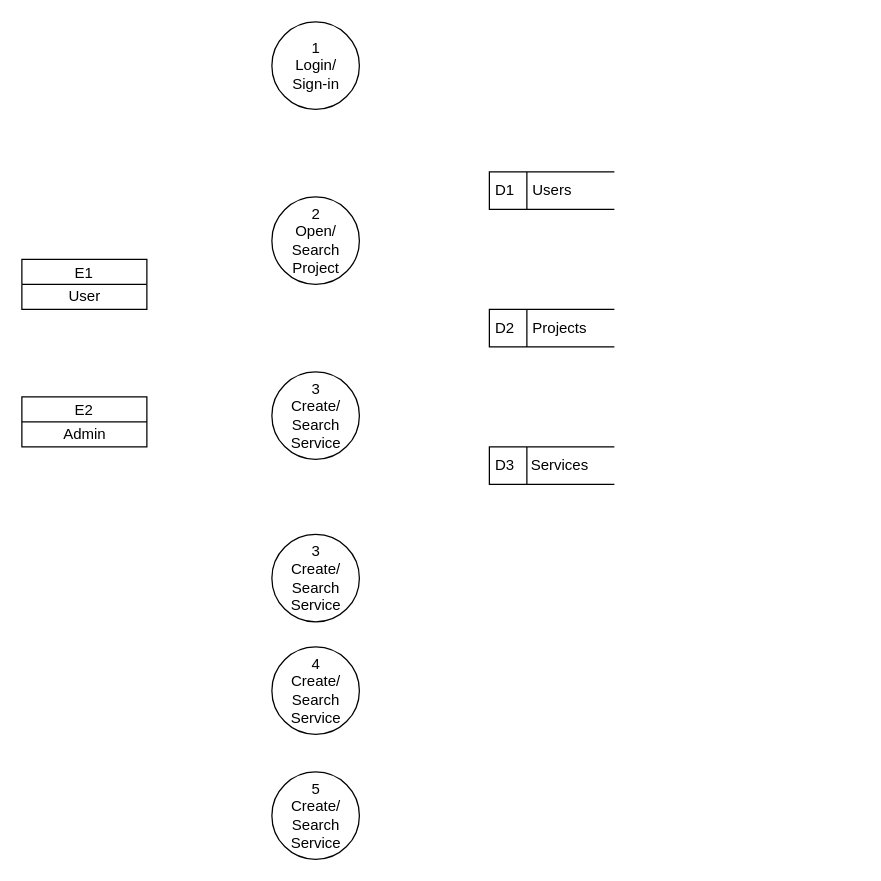
This is page "DFD" (1 of 3) of SAD Sequence Diagrams.drawio from Itaybarbar/myProject, a draw.io file, before an edit. Source tidied: cells renumbered, new cells numbered last; positions are measured from the earlier drawing's top-left corner, leaving out a move shared by most shapes. Both pictures are drawn from the tidied source at 125%, with x=0, y=0 at pixel (21, 21).
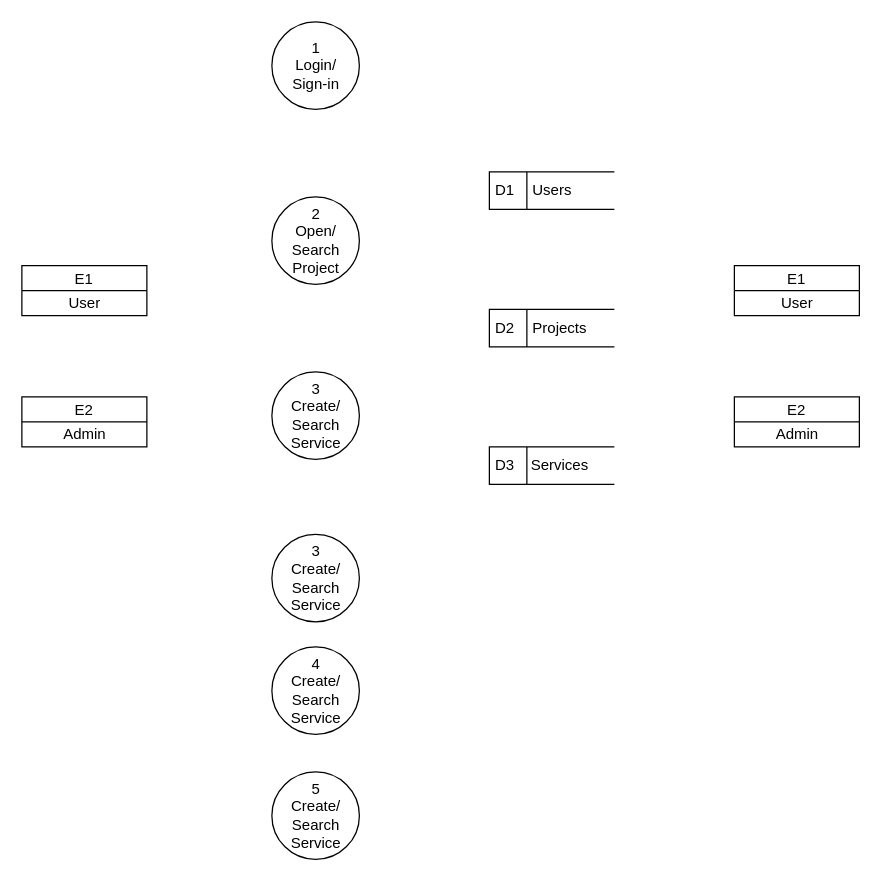
After the change.

What changed in the source:
```diff
@@
     <mxCell id="5" value="E1" style="swimlane;fontStyle=0;horizontal=1;startSize=20;fillColor=#ffffff;swimlaneFillColor=#ffffff;" parent="1" vertex="1">
-      <mxGeometry y="190" width="100" height="40" as="geometry" />
+      <mxGeometry y="195" width="100" height="40" as="geometry" />
     </mxCell>
@@
+    <mxCell id="18" value="E1" style="swimlane;fontStyle=0;horizontal=1;startSize=20;fillColor=#ffffff;swimlaneFillColor=#ffffff;" parent="1" vertex="1">
+      <mxGeometry x="570" y="195" width="100" height="40" as="geometry" />
+    </mxCell>
+    <mxCell id="19" value="User" style="text;html=1;align=center;verticalAlign=middle;strokeColor=none;fillColor=none;" parent="18" vertex="1">
+      <mxGeometry y="20" width="100" height="20" as="geometry" />
+    </mxCell>
+    <mxCell id="20" value="E2" style="swimlane;fontStyle=0;horizontal=1;startSize=20;fillColor=#ffffff;swimlaneFillColor=#ffffff;" parent="1" vertex="1">
+      <mxGeometry x="570" y="300" width="100" height="40" as="geometry" />
+    </mxCell>
+    <mxCell id="21" value="Admin" style="text;html=1;align=center;verticalAlign=middle;strokeColor=none;fillColor=none;" parent="20" vertex="1">
+      <mxGeometry y="20" width="100" height="20" as="geometry" />
+    </mxCell>
```
